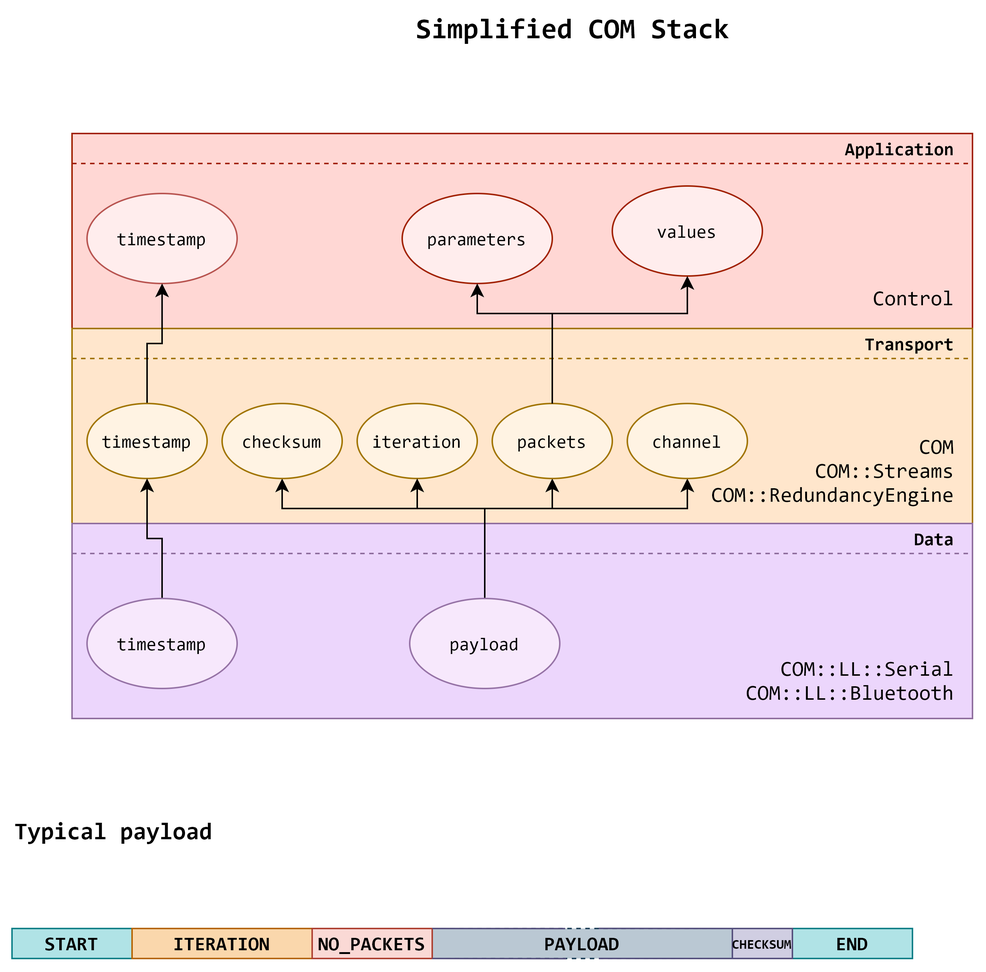
LPI2-DreamTeam/rfcar keeps this draw.io diagram as Proj/Iterations/1/Design/Navigation-Subsystem/Architectural-Overview/software-stack/com-stack/com-stack.png. Above is the earlier version. Source tidied: cells renumbered, new cells last; positions are measured from the earlier drawing's top-left corner, leaving out a move shared by most shapes. Its diagram source:
```xml
<mxGraphModel>
  <root>
    <mxCell id="0" />
    <mxCell id="1" parent="0" />
    <mxCell id="2" value="PAYLOAD" style="rounded=0;whiteSpace=wrap;html=1;strokeColor=#23445d;fillColor=#bac8d3;fontFamily=Consolas;fontSize=13;align=center;fontStyle=1;dashed=1;" parent="1" vertex="1">
      <mxGeometry x="280" y="610" width="200" height="20" as="geometry" />
    </mxCell>
    <mxCell id="3" style="rounded=0;whiteSpace=wrap;html=1;fontFamily=Consolas;fontSize=14;align=right;fillColor=#FFD7D4;strokeColor=#A12102;" parent="1" vertex="1">
      <mxGeometry x="40" y="80" width="600" height="130" as="geometry" />
    </mxCell>
    <mxCell id="4" style="endArrow=none;dashed=1;html=1;fontFamily=Consolas;fillColor=#f8cecc;strokeColor=#A12102;" parent="1" edge="1">
      <mxGeometry relative="1" as="geometry">
        <mxPoint x="40" y="80" as="sourcePoint" />
        <mxPoint x="640" y="80" as="targetPoint" />
      </mxGeometry>
    </mxCell>
    <mxCell id="5" value="Application" style="text;html=1;strokeColor=none;fillColor=none;align=right;verticalAlign=middle;whiteSpace=wrap;rounded=0;fontFamily=Consolas;fontStyle=1;" parent="1" vertex="1">
      <mxGeometry x="550" y="80" width="80" height="20" as="geometry" />
    </mxCell>
    <mxCell id="6" value="values" style="ellipse;whiteSpace=wrap;html=1;fontFamily=Consolas;strokeColor=#A12102;fillColor=#FFEDED;" parent="1" vertex="1">
      <mxGeometry x="400" y="115" width="100" height="60" as="geometry" />
    </mxCell>
    <mxCell id="7" value="timestamp" style="ellipse;whiteSpace=wrap;html=1;fontFamily=Consolas;strokeColor=#b85450;fillColor=#FFEDED;" parent="1" vertex="1">
      <mxGeometry x="50" y="120" width="100" height="60" as="geometry" />
    </mxCell>
    <mxCell id="8" value="Control" style="text;html=1;strokeColor=none;fillColor=none;align=right;verticalAlign=middle;whiteSpace=wrap;rounded=0;fontFamily=Consolas;fontSize=14;" parent="1" vertex="1">
      <mxGeometry x="550" y="180" width="80" height="20" as="geometry" />
    </mxCell>
    <mxCell id="9" style="endArrow=none;dashed=1;html=1;fontFamily=Consolas;fillColor=#f8cecc;strokeColor=#A12102;" parent="1" edge="1">
      <mxGeometry relative="1" as="geometry">
        <mxPoint x="40" y="100" as="sourcePoint" />
        <mxPoint x="640" y="100" as="targetPoint" />
      </mxGeometry>
    </mxCell>
    <mxCell id="10" value="parameters" style="ellipse;whiteSpace=wrap;html=1;fontFamily=Consolas;strokeColor=#A12102;fillColor=#FFEDED;" parent="1" vertex="1">
      <mxGeometry x="260" y="120" width="100" height="60" as="geometry" />
    </mxCell>
    <mxCell id="11" style="rounded=0;whiteSpace=wrap;html=1;fontFamily=Consolas;fontSize=14;align=right;fillColor=#ffe6cc;strokeColor=#A17400;" parent="1" vertex="1">
      <mxGeometry x="40" y="210" width="600" height="130" as="geometry" />
    </mxCell>
    <mxCell id="12" style="endArrow=none;dashed=1;html=1;fontFamily=Consolas;fillColor=#d5e8d4;strokeColor=#A17400;" parent="1" edge="1">
      <mxGeometry relative="1" as="geometry">
        <mxPoint x="40" y="210" as="sourcePoint" />
        <mxPoint x="640" y="210" as="targetPoint" />
      </mxGeometry>
    </mxCell>
    <mxCell id="13" style="endArrow=none;dashed=1;html=1;fontFamily=Consolas;fillColor=#d5e8d4;strokeColor=#A17400;" parent="1" edge="1">
      <mxGeometry relative="1" as="geometry">
        <mxPoint x="40" y="230" as="sourcePoint" />
        <mxPoint x="640" y="230" as="targetPoint" />
      </mxGeometry>
    </mxCell>
    <mxCell id="14" value="Transport" style="text;html=1;strokeColor=none;fillColor=none;align=right;verticalAlign=middle;whiteSpace=wrap;rounded=0;fontFamily=Consolas;fontStyle=1;" parent="1" vertex="1">
      <mxGeometry x="590" y="210" width="40" height="20" as="geometry" />
    </mxCell>
    <mxCell id="15" style="edgeStyle=orthogonalEdgeStyle;rounded=0;jettySize=auto;html=1;exitX=0.5;exitY=0;exitDx=0;exitDy=0;entryX=0.5;entryY=1;entryDx=0;entryDy=0;strokeColor=#000000;fontFamily=Consolas;fontSize=14;" parent="1" edge="1" source="16" target="7">
      <mxGeometry relative="1" as="geometry" />
    </mxCell>
    <mxCell id="16" value="timestamp" style="ellipse;whiteSpace=wrap;html=1;fontFamily=Consolas;fillColor=#FFF3E3;strokeColor=#A17400;" parent="1" vertex="1">
      <mxGeometry x="50" y="260" width="80" height="50" as="geometry" />
    </mxCell>
    <mxCell id="17" value="COM&lt;br&gt;COM::Streams&lt;br&gt;COM::RedundancyEngine" style="text;html=1;strokeColor=none;fillColor=none;align=right;verticalAlign=middle;whiteSpace=wrap;rounded=0;fontFamily=Consolas;fontSize=14;" parent="1" vertex="1">
      <mxGeometry x="490" y="280" width="140" height="50" as="geometry" />
    </mxCell>
    <mxCell id="18" value="iteration" style="ellipse;whiteSpace=wrap;html=1;fontFamily=Consolas;fillColor=#FFF3E3;strokeColor=#A17400;" parent="1" vertex="1">
      <mxGeometry x="230" y="260" width="80" height="50" as="geometry" />
    </mxCell>
    <mxCell id="19" style="rounded=0;whiteSpace=wrap;html=1;fontFamily=Consolas;fontSize=14;align=right;strokeColor=#8F6E9E;fillColor=#ECD6FC;" parent="1" vertex="1">
      <mxGeometry x="40" y="340" width="600" height="130" as="geometry" />
    </mxCell>
    <mxCell id="20" style="edgeStyle=orthogonalEdgeStyle;rounded=0;jettySize=auto;html=1;exitX=0.5;exitY=0;exitDx=0;exitDy=0;entryX=0.5;entryY=1;entryDx=0;entryDy=0;" parent="1" edge="1" source="24" target="18">
      <mxGeometry relative="1" as="geometry">
        <Array as="points">
          <mxPoint x="315" y="330" />
          <mxPoint x="270" y="330" />
        </Array>
      </mxGeometry>
    </mxCell>
    <mxCell id="21" style="edgeStyle=orthogonalEdgeStyle;rounded=0;jettySize=auto;html=1;exitX=0.5;exitY=0;exitDx=0;exitDy=0;entryX=0.5;entryY=1;entryDx=0;entryDy=0;" parent="1" edge="1" source="24" target="29">
      <mxGeometry relative="1" as="geometry">
        <Array as="points">
          <mxPoint x="315" y="330" />
          <mxPoint x="360" y="330" />
        </Array>
      </mxGeometry>
    </mxCell>
    <mxCell id="22" style="edgeStyle=orthogonalEdgeStyle;rounded=0;jettySize=auto;html=1;exitX=0.5;exitY=0;exitDx=0;exitDy=0;entryX=0.5;entryY=1;entryDx=0;entryDy=0;" parent="1" edge="1" source="24" target="32">
      <mxGeometry relative="1" as="geometry">
        <Array as="points">
          <mxPoint x="315" y="330" />
          <mxPoint x="450" y="330" />
        </Array>
      </mxGeometry>
    </mxCell>
    <mxCell id="23" style="edgeStyle=orthogonalEdgeStyle;rounded=0;jettySize=auto;html=1;exitX=0.5;exitY=0;exitDx=0;exitDy=0;entryX=0.5;entryY=1;entryDx=0;entryDy=0;fontFamily=Consolas;fontSize=9;" parent="1" edge="1" source="24" target="46">
      <mxGeometry relative="1" as="geometry">
        <Array as="points">
          <mxPoint x="315" y="330" />
          <mxPoint x="180" y="330" />
        </Array>
      </mxGeometry>
    </mxCell>
    <mxCell id="24" value="payload" style="ellipse;whiteSpace=wrap;html=1;fontFamily=Consolas;strokeColor=#9673a6;fillColor=#F7E8FC;" parent="1" vertex="1">
      <mxGeometry x="265" y="390" width="100" height="60" as="geometry" />
    </mxCell>
    <mxCell id="25" style="endArrow=none;dashed=1;html=1;fontFamily=Consolas;fillColor=#dae8fc;strokeColor=#8F6E9E;" parent="1" edge="1">
      <mxGeometry relative="1" as="geometry">
        <mxPoint x="40" y="360" as="sourcePoint" />
        <mxPoint x="640" y="360" as="targetPoint" />
      </mxGeometry>
    </mxCell>
    <mxCell id="26" style="endArrow=none;dashed=1;html=1;fontFamily=Consolas;fillColor=#dae8fc;strokeColor=#8F6E9E;" parent="1" edge="1">
      <mxGeometry relative="1" as="geometry">
        <mxPoint x="40" y="340" as="sourcePoint" />
        <mxPoint x="640" y="340" as="targetPoint" />
      </mxGeometry>
    </mxCell>
    <mxCell id="27" value="Data" style="text;html=1;strokeColor=none;fillColor=none;align=right;verticalAlign=middle;whiteSpace=wrap;rounded=0;fontFamily=Consolas;fontStyle=1;" parent="1" vertex="1">
      <mxGeometry x="590" y="340" width="40" height="20" as="geometry" />
    </mxCell>
    <mxCell id="28" value="Simplified COM Stack" style="text;html=1;strokeColor=none;fillColor=none;align=center;verticalAlign=middle;whiteSpace=wrap;rounded=0;fontFamily=Consolas;fontSize=19;fontStyle=1;" parent="1" vertex="1">
      <mxGeometry x="258" width="232" height="20" as="geometry" />
    </mxCell>
    <mxCell id="29" value="packets" style="ellipse;whiteSpace=wrap;html=1;fontFamily=Consolas;fillColor=#FFF3E3;strokeColor=#A17400;" parent="1" vertex="1">
      <mxGeometry x="320" y="260" width="80" height="50" as="geometry" />
    </mxCell>
    <mxCell id="30" style="edgeStyle=orthogonalEdgeStyle;rounded=0;jettySize=auto;html=1;exitX=0.5;exitY=0;exitDx=0;exitDy=0;entryX=0.5;entryY=1;entryDx=0;entryDy=0;" parent="1" edge="1" source="29" target="6">
      <mxGeometry relative="1" as="geometry">
        <Array as="points">
          <mxPoint x="360" y="200" />
          <mxPoint x="450" y="200" />
        </Array>
      </mxGeometry>
    </mxCell>
    <mxCell id="31" style="edgeStyle=orthogonalEdgeStyle;rounded=0;jettySize=auto;html=1;exitX=0.5;exitY=0;exitDx=0;exitDy=0;entryX=0.5;entryY=1;entryDx=0;entryDy=0;" parent="1" edge="1" source="29" target="10">
      <mxGeometry relative="1" as="geometry">
        <Array as="points">
          <mxPoint x="360" y="200" />
          <mxPoint x="310" y="200" />
        </Array>
      </mxGeometry>
    </mxCell>
    <mxCell id="32" value="channel" style="ellipse;whiteSpace=wrap;html=1;fontFamily=Consolas;fillColor=#FFF3E3;strokeColor=#A17400;" parent="1" vertex="1">
      <mxGeometry x="410" y="260" width="80" height="50" as="geometry" />
    </mxCell>
    <mxCell id="33" value="COM::LL::Serial&lt;br&gt;COM::LL::Bluetooth" style="text;html=1;strokeColor=none;fillColor=none;align=right;verticalAlign=middle;whiteSpace=wrap;rounded=0;fontFamily=Consolas;fontSize=14;" parent="1" vertex="1">
      <mxGeometry x="490" y="420" width="140" height="50" as="geometry" />
    </mxCell>
    <mxCell id="34" style="edgeStyle=orthogonalEdgeStyle;rounded=0;jettySize=auto;html=1;exitX=0.5;exitY=0;exitDx=0;exitDy=0;entryX=0.5;entryY=1;entryDx=0;entryDy=0;strokeColor=#000000;" parent="1" edge="1" source="35" target="16">
      <mxGeometry relative="1" as="geometry" />
    </mxCell>
    <mxCell id="35" value="timestamp" style="ellipse;whiteSpace=wrap;html=1;fontFamily=Consolas;strokeColor=#9673a6;fillColor=#F7E8FC;" parent="1" vertex="1">
      <mxGeometry x="50" y="390" width="100" height="60" as="geometry" />
    </mxCell>
    <mxCell id="36" value="Typical payload" style="text;html=1;strokeColor=none;fillColor=none;align=left;verticalAlign=middle;whiteSpace=wrap;rounded=0;fontFamily=Consolas;fontStyle=1;fontSize=16;" parent="1" vertex="1">
      <mxGeometry y="535" width="150" height="20" as="geometry" />
    </mxCell>
    <mxCell id="37" value="START" style="rounded=0;whiteSpace=wrap;html=1;strokeColor=#0e8088;fillColor=#b0e3e6;fontFamily=Consolas;fontSize=13;align=center;fontStyle=1;" parent="1" vertex="1">
      <mxGeometry y="610" width="80" height="20" as="geometry" />
    </mxCell>
    <mxCell id="38" value="END" style="rounded=0;whiteSpace=wrap;html=1;strokeColor=#0e8088;fillColor=#b0e3e6;fontFamily=Consolas;fontSize=13;align=center;fontStyle=1;" parent="1" vertex="1">
      <mxGeometry x="520" y="610" width="80" height="20" as="geometry" />
    </mxCell>
    <mxCell id="39" value="ITERATION" style="rounded=0;whiteSpace=wrap;html=1;strokeColor=#b46504;fillColor=#fad7ac;fontFamily=Consolas;fontSize=13;align=center;fontStyle=1;" parent="1" vertex="1">
      <mxGeometry x="80" y="610" width="120" height="20" as="geometry" />
    </mxCell>
    <mxCell id="40" value="NO_PACKETS" style="rounded=0;whiteSpace=wrap;html=1;strokeColor=#ae4132;fillColor=#fad9d5;fontFamily=Consolas;fontSize=13;align=center;fontStyle=1;" parent="1" vertex="1">
      <mxGeometry x="200" y="610" width="80" height="20" as="geometry" />
    </mxCell>
    <mxCell id="41" style="endArrow=none;html=1;fontFamily=Consolas;fontSize=13;strokeColor=#56517E;exitX=1;exitY=1;exitDx=0;exitDy=0;entryX=0.446;entryY=1.005;entryDx=0;entryDy=0;entryPerimeter=0;" parent="1" edge="1" source="40" target="2">
      <mxGeometry relative="1" as="geometry" />
    </mxCell>
    <mxCell id="42" style="endArrow=none;html=1;fontFamily=Consolas;fontSize=13;strokeColor=#56517E;exitX=0;exitY=0;exitDx=0;exitDy=0;entryX=0.555;entryY=-0.003;entryDx=0;entryDy=0;entryPerimeter=0;" parent="1" edge="1" source="45" target="2">
      <mxGeometry relative="1" as="geometry" />
    </mxCell>
    <mxCell id="43" style="endArrow=none;html=1;fontFamily=Consolas;fontSize=13;strokeColor=#56517E;exitX=0;exitY=1;exitDx=0;exitDy=0;entryX=0.555;entryY=0.999;entryDx=0;entryDy=0;entryPerimeter=0;" parent="1" edge="1" source="45" target="2">
      <mxGeometry relative="1" as="geometry" />
    </mxCell>
    <mxCell id="44" style="endArrow=none;html=1;fontFamily=Consolas;fontSize=13;strokeColor=#56517E;entryX=1;entryY=0;entryDx=0;entryDy=0;exitX=0.443;exitY=0.003;exitDx=0;exitDy=0;exitPerimeter=0;" parent="1" edge="1" source="2" target="40">
      <mxGeometry relative="1" as="geometry" />
    </mxCell>
    <mxCell id="45" value="CHECKSUM" style="rounded=0;whiteSpace=wrap;html=1;strokeColor=#56517e;fillColor=#d0cee2;fontFamily=Consolas;fontSize=9;align=center;fontStyle=1;" parent="1" vertex="1">
      <mxGeometry x="480" y="610" width="40" height="20" as="geometry" />
    </mxCell>
    <mxCell id="46" value="checksum" style="ellipse;whiteSpace=wrap;html=1;fontFamily=Consolas;fillColor=#FFF3E3;strokeColor=#A17400;" parent="1" vertex="1">
      <mxGeometry x="140" y="260" width="80" height="50" as="geometry" />
    </mxCell>
  </root>
</mxGraphModel>
```
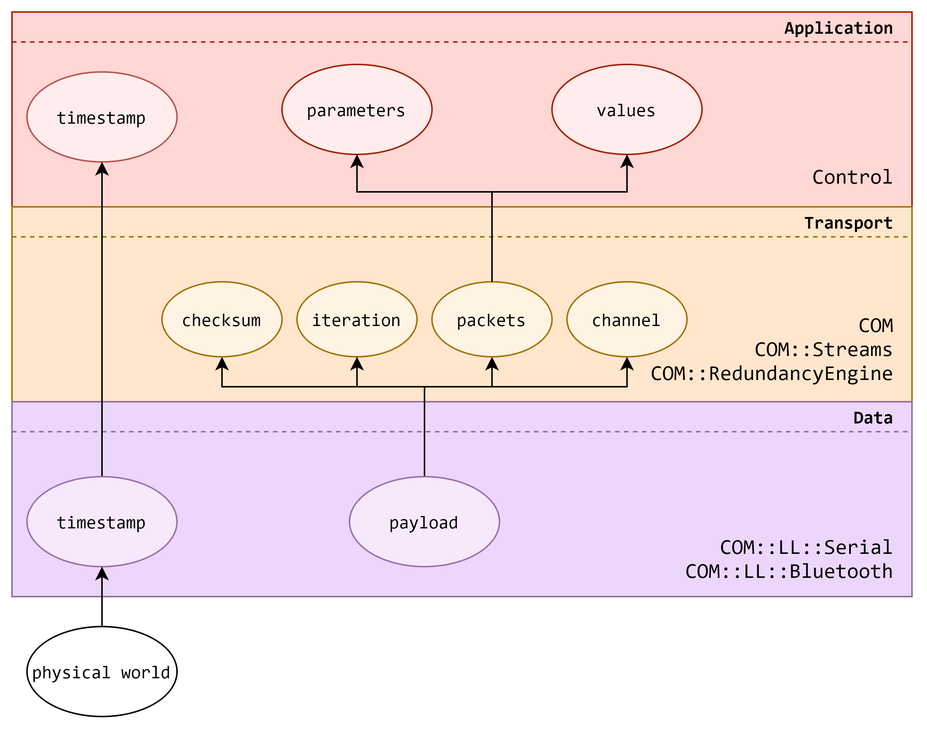
Later version of the same file.

Commit message:
UPDT: Updated software stack-related diagrams for use in the report

The edit, as a diff of the source:
```diff
@@ -2,9 +2,6 @@
   <root>
     <mxCell id="0" />
     <mxCell id="1" parent="0" />
-    <mxCell id="2" value="PAYLOAD" style="rounded=0;whiteSpace=wrap;html=1;strokeColor=#23445d;fillColor=#bac8d3;fontFamily=Consolas;fontSize=13;align=center;fontStyle=1;dashed=1;" parent="1" vertex="1">
-      <mxGeometry x="280" y="610" width="200" height="20" as="geometry" />
-    </mxCell>
     <mxCell id="3" style="rounded=0;whiteSpace=wrap;html=1;fontFamily=Consolas;fontSize=14;align=right;fillColor=#FFD7D4;strokeColor=#A12102;" parent="1" vertex="1">
       <mxGeometry x="40" y="80" width="600" height="130" as="geometry" />
     </mxCell>
@@ -33,7 +30,7 @@
       </mxGeometry>
     </mxCell>
     <mxCell id="10" value="parameters" style="ellipse;whiteSpace=wrap;html=1;fontFamily=Consolas;strokeColor=#A12102;fillColor=#FFEDED;" parent="1" vertex="1">
-      <mxGeometry x="260" y="120" width="100" height="60" as="geometry" />
+      <mxGeometry x="220" y="115" width="100" height="60" as="geometry" />
     </mxCell>
     <mxCell id="11" style="rounded=0;whiteSpace=wrap;html=1;fontFamily=Consolas;fontSize=14;align=right;fillColor=#ffe6cc;strokeColor=#A17400;" parent="1" vertex="1">
       <mxGeometry x="40" y="210" width="600" height="130" as="geometry" />
@@ -53,12 +50,6 @@
     <mxCell id="14" value="Transport" style="text;html=1;strokeColor=none;fillColor=none;align=right;verticalAlign=middle;whiteSpace=wrap;rounded=0;fontFamily=Consolas;fontStyle=1;" parent="1" vertex="1">
       <mxGeometry x="590" y="210" width="40" height="20" as="geometry" />
     </mxCell>
-    <mxCell id="15" style="edgeStyle=orthogonalEdgeStyle;rounded=0;jettySize=auto;html=1;exitX=0.5;exitY=0;exitDx=0;exitDy=0;entryX=0.5;entryY=1;entryDx=0;entryDy=0;strokeColor=#000000;fontFamily=Consolas;fontSize=14;" parent="1" edge="1" source="16" target="7">
-      <mxGeometry relative="1" as="geometry" />
-    </mxCell>
-    <mxCell id="16" value="timestamp" style="ellipse;whiteSpace=wrap;html=1;fontFamily=Consolas;fillColor=#FFF3E3;strokeColor=#A17400;" parent="1" vertex="1">
-      <mxGeometry x="50" y="260" width="80" height="50" as="geometry" />
-    </mxCell>
     <mxCell id="17" value="COM&lt;br&gt;COM::Streams&lt;br&gt;COM::RedundancyEngine" style="text;html=1;strokeColor=none;fillColor=none;align=right;verticalAlign=middle;whiteSpace=wrap;rounded=0;fontFamily=Consolas;fontSize=14;" parent="1" vertex="1">
       <mxGeometry x="490" y="280" width="140" height="50" as="geometry" />
     </mxCell>
@@ -118,9 +109,6 @@
     <mxCell id="27" value="Data" style="text;html=1;strokeColor=none;fillColor=none;align=right;verticalAlign=middle;whiteSpace=wrap;rounded=0;fontFamily=Consolas;fontStyle=1;" parent="1" vertex="1">
       <mxGeometry x="590" y="340" width="40" height="20" as="geometry" />
     </mxCell>
-    <mxCell id="28" value="Simplified COM Stack" style="text;html=1;strokeColor=none;fillColor=none;align=center;verticalAlign=middle;whiteSpace=wrap;rounded=0;fontFamily=Consolas;fontSize=19;fontStyle=1;" parent="1" vertex="1">
-      <mxGeometry x="258" width="232" height="20" as="geometry" />
-    </mxCell>
     <mxCell id="29" value="packets" style="ellipse;whiteSpace=wrap;html=1;fontFamily=Consolas;fillColor=#FFF3E3;strokeColor=#A17400;" parent="1" vertex="1">
       <mxGeometry x="320" y="260" width="80" height="50" as="geometry" />
     </mxCell>
@@ -136,7 +124,7 @@
       <mxGeometry relative="1" as="geometry">
         <Array as="points">
           <mxPoint x="360" y="200" />
-          <mxPoint x="310" y="200" />
+          <mxPoint x="270" y="200" />
         </Array>
       </mxGeometry>
     </mxCell>
@@ -146,44 +134,20 @@
     <mxCell id="33" value="COM::LL::Serial&lt;br&gt;COM::LL::Bluetooth" style="text;html=1;strokeColor=none;fillColor=none;align=right;verticalAlign=middle;whiteSpace=wrap;rounded=0;fontFamily=Consolas;fontSize=14;" parent="1" vertex="1">
       <mxGeometry x="490" y="420" width="140" height="50" as="geometry" />
     </mxCell>
-    <mxCell id="34" style="edgeStyle=orthogonalEdgeStyle;rounded=0;jettySize=auto;html=1;exitX=0.5;exitY=0;exitDx=0;exitDy=0;entryX=0.5;entryY=1;entryDx=0;entryDy=0;strokeColor=#000000;" parent="1" edge="1" source="35" target="16">
-      <mxGeometry relative="1" as="geometry" />
-    </mxCell>
+    <mxCell id="47" style="edgeStyle=orthogonalEdgeStyle;rounded=0;jettySize=auto;html=1;exitX=0.5;exitY=0;exitDx=0;exitDy=0;entryX=0.5;entryY=1;entryDx=0;entryDy=0;fontSize=8;" parent="1" edge="1" source="35" target="7">
+      <mxGeometry relative="1" as="geometry" />
+    </mxCell>
     <mxCell id="35" value="timestamp" style="ellipse;whiteSpace=wrap;html=1;fontFamily=Consolas;strokeColor=#9673a6;fillColor=#F7E8FC;" parent="1" vertex="1">
       <mxGeometry x="50" y="390" width="100" height="60" as="geometry" />
     </mxCell>
-    <mxCell id="36" value="Typical payload" style="text;html=1;strokeColor=none;fillColor=none;align=left;verticalAlign=middle;whiteSpace=wrap;rounded=0;fontFamily=Consolas;fontStyle=1;fontSize=16;" parent="1" vertex="1">
-      <mxGeometry y="535" width="150" height="20" as="geometry" />
-    </mxCell>
-    <mxCell id="37" value="START" style="rounded=0;whiteSpace=wrap;html=1;strokeColor=#0e8088;fillColor=#b0e3e6;fontFamily=Consolas;fontSize=13;align=center;fontStyle=1;" parent="1" vertex="1">
-      <mxGeometry y="610" width="80" height="20" as="geometry" />
-    </mxCell>
-    <mxCell id="38" value="END" style="rounded=0;whiteSpace=wrap;html=1;strokeColor=#0e8088;fillColor=#b0e3e6;fontFamily=Consolas;fontSize=13;align=center;fontStyle=1;" parent="1" vertex="1">
-      <mxGeometry x="520" y="610" width="80" height="20" as="geometry" />
-    </mxCell>
-    <mxCell id="39" value="ITERATION" style="rounded=0;whiteSpace=wrap;html=1;strokeColor=#b46504;fillColor=#fad7ac;fontFamily=Consolas;fontSize=13;align=center;fontStyle=1;" parent="1" vertex="1">
-      <mxGeometry x="80" y="610" width="120" height="20" as="geometry" />
-    </mxCell>
-    <mxCell id="40" value="NO_PACKETS" style="rounded=0;whiteSpace=wrap;html=1;strokeColor=#ae4132;fillColor=#fad9d5;fontFamily=Consolas;fontSize=13;align=center;fontStyle=1;" parent="1" vertex="1">
-      <mxGeometry x="200" y="610" width="80" height="20" as="geometry" />
-    </mxCell>
-    <mxCell id="41" style="endArrow=none;html=1;fontFamily=Consolas;fontSize=13;strokeColor=#56517E;exitX=1;exitY=1;exitDx=0;exitDy=0;entryX=0.446;entryY=1.005;entryDx=0;entryDy=0;entryPerimeter=0;" parent="1" edge="1" source="40" target="2">
-      <mxGeometry relative="1" as="geometry" />
-    </mxCell>
-    <mxCell id="42" style="endArrow=none;html=1;fontFamily=Consolas;fontSize=13;strokeColor=#56517E;exitX=0;exitY=0;exitDx=0;exitDy=0;entryX=0.555;entryY=-0.003;entryDx=0;entryDy=0;entryPerimeter=0;" parent="1" edge="1" source="45" target="2">
-      <mxGeometry relative="1" as="geometry" />
-    </mxCell>
-    <mxCell id="43" style="endArrow=none;html=1;fontFamily=Consolas;fontSize=13;strokeColor=#56517E;exitX=0;exitY=1;exitDx=0;exitDy=0;entryX=0.555;entryY=0.999;entryDx=0;entryDy=0;entryPerimeter=0;" parent="1" edge="1" source="45" target="2">
-      <mxGeometry relative="1" as="geometry" />
-    </mxCell>
-    <mxCell id="44" style="endArrow=none;html=1;fontFamily=Consolas;fontSize=13;strokeColor=#56517E;entryX=1;entryY=0;entryDx=0;entryDy=0;exitX=0.443;exitY=0.003;exitDx=0;exitDy=0;exitPerimeter=0;" parent="1" edge="1" source="2" target="40">
-      <mxGeometry relative="1" as="geometry" />
-    </mxCell>
-    <mxCell id="45" value="CHECKSUM" style="rounded=0;whiteSpace=wrap;html=1;strokeColor=#56517e;fillColor=#d0cee2;fontFamily=Consolas;fontSize=9;align=center;fontStyle=1;" parent="1" vertex="1">
-      <mxGeometry x="480" y="610" width="40" height="20" as="geometry" />
-    </mxCell>
     <mxCell id="46" value="checksum" style="ellipse;whiteSpace=wrap;html=1;fontFamily=Consolas;fillColor=#FFF3E3;strokeColor=#A17400;" parent="1" vertex="1">
       <mxGeometry x="140" y="260" width="80" height="50" as="geometry" />
     </mxCell>
+    <mxCell id="48" style="edgeStyle=orthogonalEdgeStyle;rounded=0;jettySize=auto;html=1;entryX=0.5;entryY=1;entryDx=0;entryDy=0;fontSize=8;" parent="1" edge="1" source="49" target="35">
+      <mxGeometry relative="1" as="geometry" />
+    </mxCell>
+    <mxCell id="49" value="physical world" style="ellipse;whiteSpace=wrap;html=1;fontFamily=Consolas;" parent="1" vertex="1">
+      <mxGeometry x="50" y="490" width="100" height="60" as="geometry" />
+    </mxCell>
   </root>
 </mxGraphModel>
```
